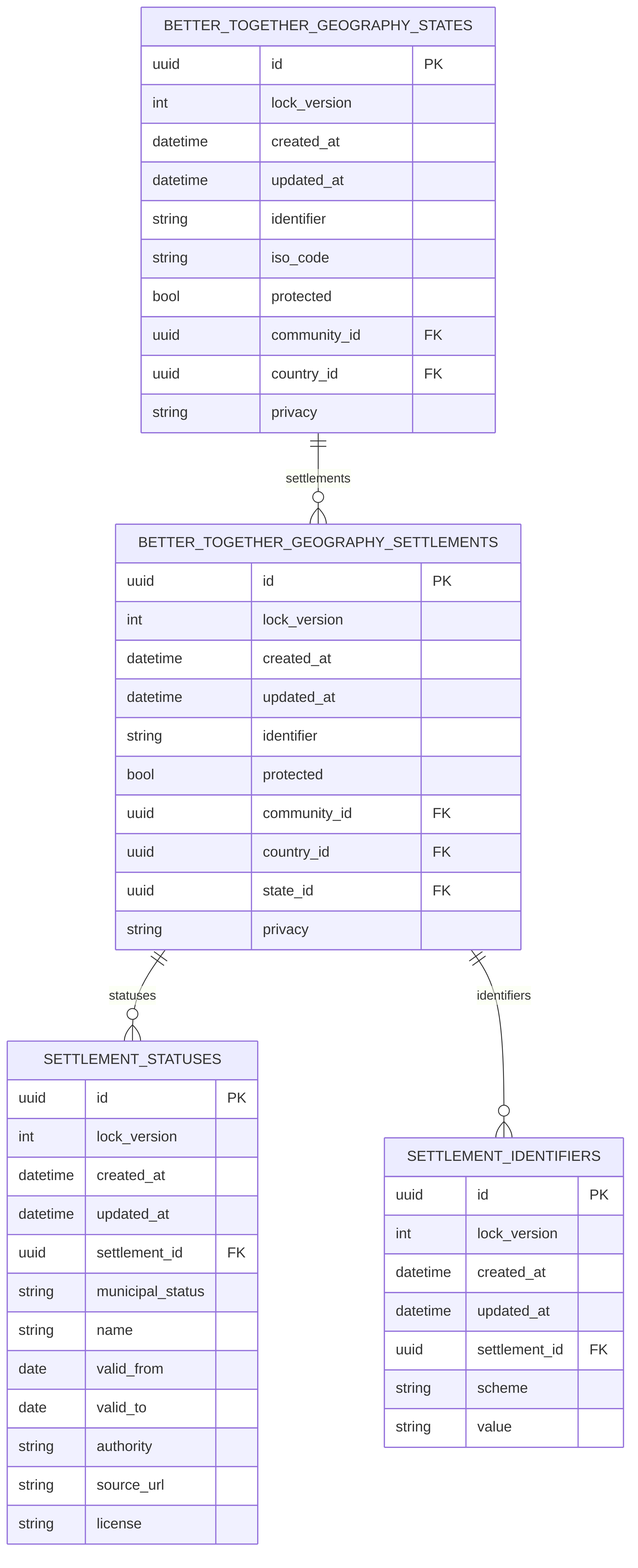
The Mermaid diagram docs/diagrams/exports/png/nlo_settlements_schema_erd.png in better-together-solutions/newfoundlandlabradoronline, before a commit. Its source is kept beside it as docs/diagrams/source/nlo_settlements_schema_erd.mmd. Source of this version:
```mermaid
erDiagram
  BETTER_TOGETHER_GEOGRAPHY_STATES {
    uuid id PK
    int lock_version
    datetime created_at
    datetime updated_at
    string identifier
    string iso_code
    bool protected
    uuid community_id FK
    uuid country_id FK
    string privacy
  }
  BETTER_TOGETHER_GEOGRAPHY_SETTLEMENTS {
    uuid id PK
    int lock_version
    datetime created_at
    datetime updated_at
    string identifier
    bool protected
    uuid community_id FK
    uuid country_id FK
    uuid state_id FK
    string privacy
  }
  SETTLEMENT_STATUSES {
    uuid id PK
    int lock_version
    datetime created_at
    datetime updated_at
    uuid settlement_id FK
    string municipal_status
    string name
    date valid_from
    date valid_to
    string authority
    string source_url
    string license
  }
  SETTLEMENT_IDENTIFIERS {
    uuid id PK
    int lock_version
    datetime created_at
    datetime updated_at
    uuid settlement_id FK
    string scheme
    string value
  }
  BETTER_TOGETHER_GEOGRAPHY_STATES ||--o{ BETTER_TOGETHER_GEOGRAPHY_SETTLEMENTS : "settlements"
  BETTER_TOGETHER_GEOGRAPHY_SETTLEMENTS ||--o{ SETTLEMENT_STATUSES : "statuses"
  BETTER_TOGETHER_GEOGRAPHY_SETTLEMENTS ||--o{ SETTLEMENT_IDENTIFIERS : "identifiers"
```
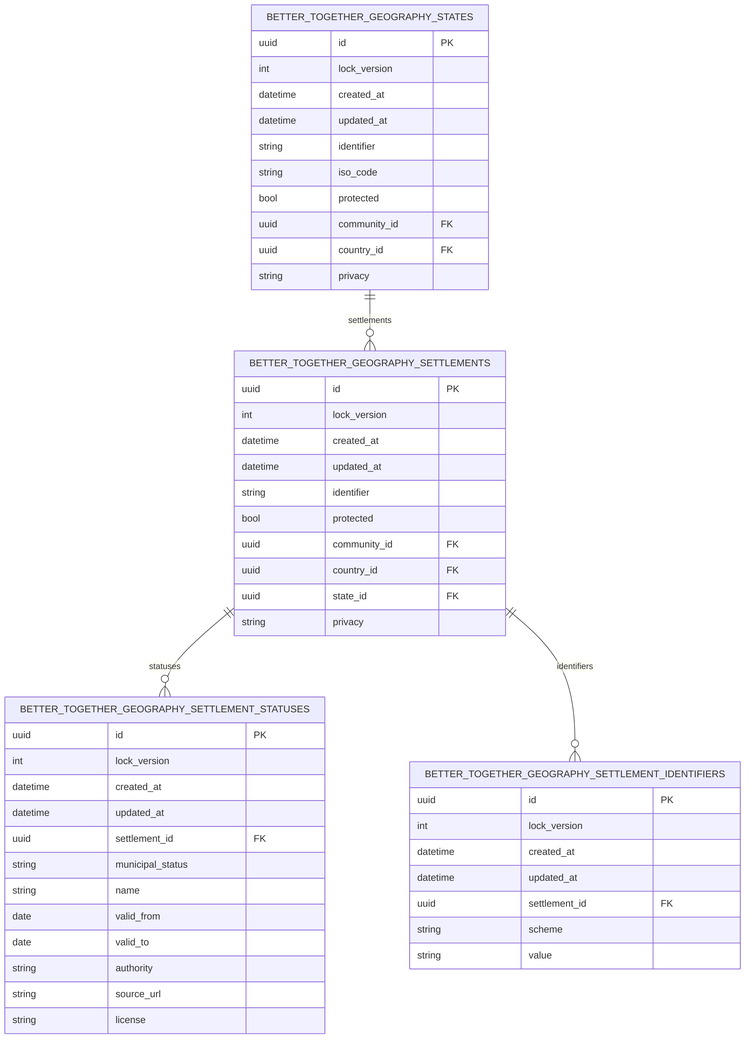
The same diagram one commit later.

Diff of the diagram source:
```diff
@@ -23,7 +23,7 @@
     uuid state_id FK
     string privacy
   }
-  SETTLEMENT_STATUSES {
+  BETTER_TOGETHER_GEOGRAPHY_SETTLEMENT_STATUSES {
     uuid id PK
     int lock_version
     datetime created_at
@@ -37,7 +37,7 @@
     string source_url
     string license
   }
-  SETTLEMENT_IDENTIFIERS {
+  BETTER_TOGETHER_GEOGRAPHY_SETTLEMENT_IDENTIFIERS {
     uuid id PK
     int lock_version
     datetime created_at
@@ -47,5 +47,5 @@
     string value
   }
   BETTER_TOGETHER_GEOGRAPHY_STATES ||--o{ BETTER_TOGETHER_GEOGRAPHY_SETTLEMENTS : "settlements"
-  BETTER_TOGETHER_GEOGRAPHY_SETTLEMENTS ||--o{ SETTLEMENT_STATUSES : "statuses"
-  BETTER_TOGETHER_GEOGRAPHY_SETTLEMENTS ||--o{ SETTLEMENT_IDENTIFIERS : "identifiers"
+  BETTER_TOGETHER_GEOGRAPHY_SETTLEMENTS ||--o{ BETTER_TOGETHER_GEOGRAPHY_SETTLEMENT_STATUSES : "statuses"
+  BETTER_TOGETHER_GEOGRAPHY_SETTLEMENTS ||--o{ BETTER_TOGETHER_GEOGRAPHY_SETTLEMENT_IDENTIFIERS : "identifiers"
```
